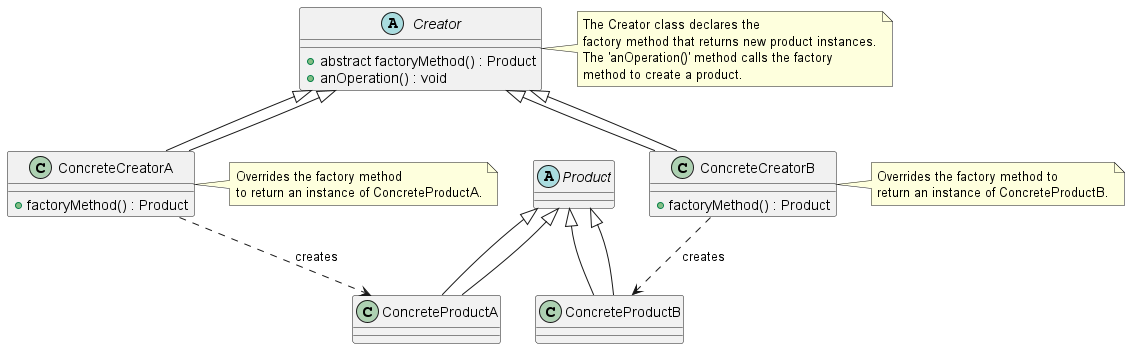
Before: Patterns/Manuscript/manuscript/images/ch04_FactoryMethod/FactoryMethodPatternClassDiagram.png, a diagram exported from PlantUML (Gabriel-SoftwareAG/DesignPatterns).
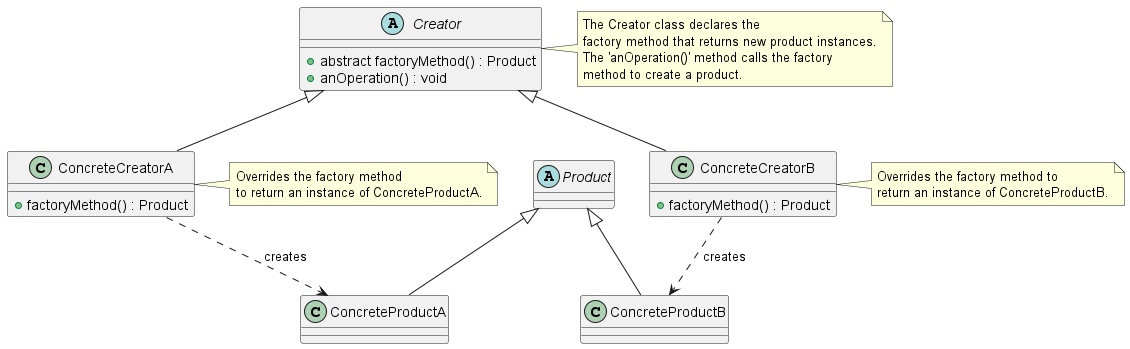
Later version of the same file.

The edit, as a diff of the source:
```diff
@@ -22,10 +22,6 @@
   +factoryMethod() : Product
 }
 
-Creator <|-- ConcreteCreatorA
-Creator <|-- ConcreteCreatorB
-Product <|-- ConcreteProductA
-Product <|-- ConcreteProductB
 ConcreteCreatorA ..> ConcreteProductA : creates
 ConcreteCreatorB ..> ConcreteProductB : creates
 
```
